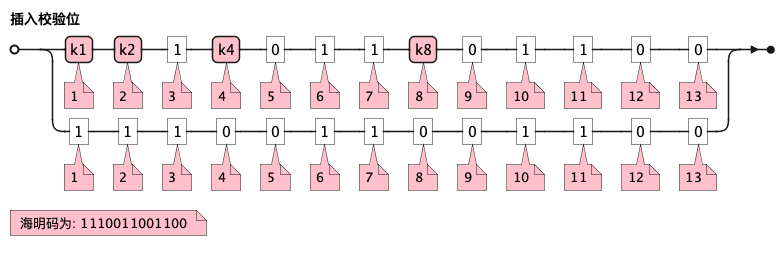
The PlantUML diagram software-designer/img/diagram-haimingcode2.png in wangzhaohe/swot-learning, before a commit.
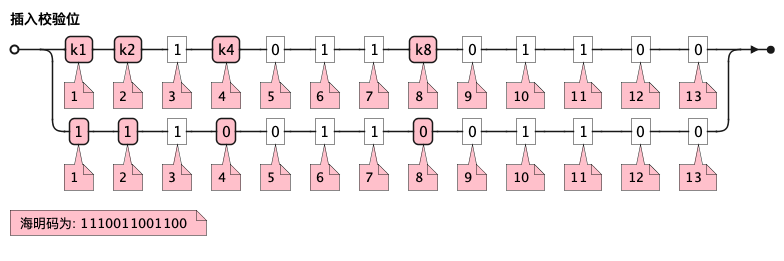
The same diagram one commit later.

The edit, as a diff of the source:
```diff
@@ -10,9 +10,7 @@
 }
 </style>
 
-插入校验位=k1(*1*),k2(*2*),"1"(*3*),k4(*4*),"0"(*5*),"1"(*6*),"1"(*7*),
-         k8(*8*),"0"(*9*),"1"(*10*),"1"(*11*),"0"(*12*),"0"(*13*)
-         |"1"(*1*),"1"(*2*),"1"(*3*),"0"(*4*),"0"(*5*),"1"(*6*),"1"(*7*),
-          "0"(*8*),"0"(*9*),"1"(*10*),"1"(*11*),"0"(*12*),"0"(*13*);
+插入校验位 = k1(*1*), k2(*2*),"1"(*3*),k4(*4*), "0"(*5*),"1"(*6*),"1"(*7*),k8(*8*), "0"(*9*),"1"(*10*),"1"(*11*),"0"(*12*),"0"(*13*)
+           |1(*1*),  1(*2*),"1"(*3*), 0(*4*), "0"(*5*),"1"(*6*),"1"(*7*), 0(*8*), "0"(*9*),"1"(*10*),"1"(*11*),"0"(*12*),"0"(*13*);
 (* 海明码为: 1110011001100 *)
 @endebnf
```
